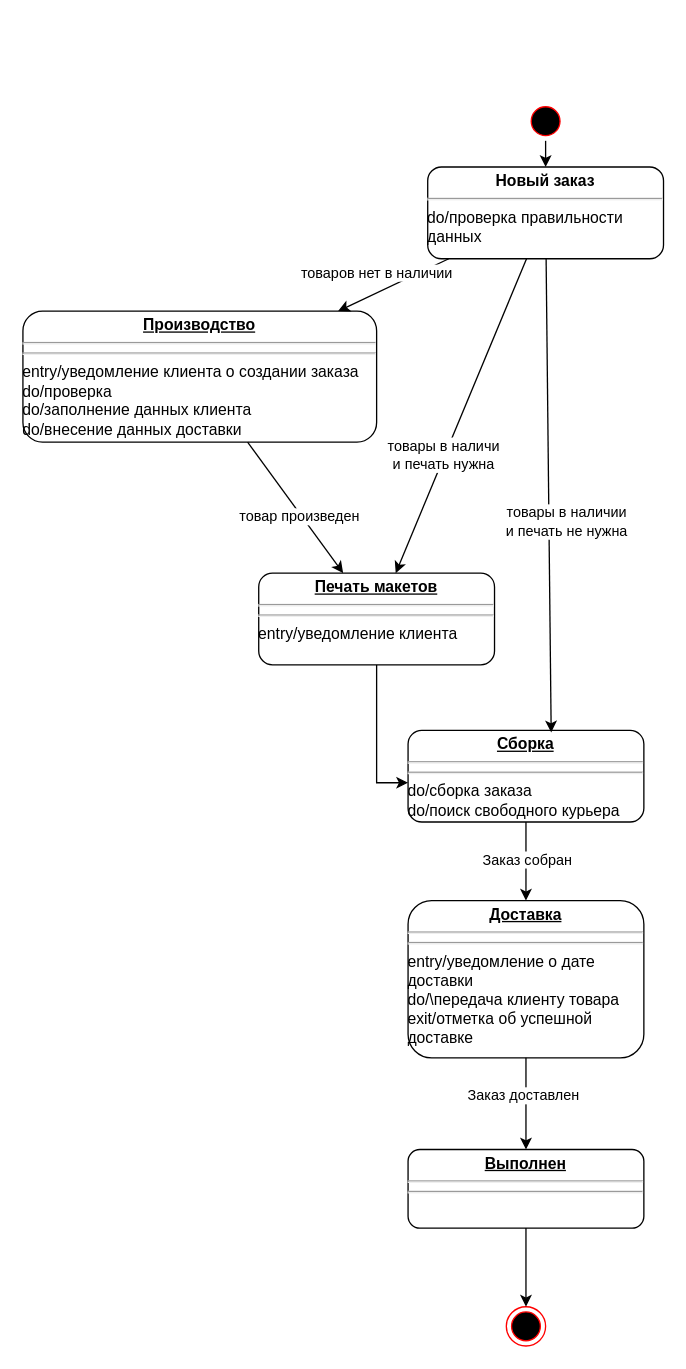
Above: 100 - project-state-diagram.drawio in omelchenkopete/SA (draw.io), before the change. Source tidied: cells renumbered, new cells numbered last; positions are measured from the earlier drawing's top-left corner, leaving out a move shared by most shapes. Both pictures are drawn from the tidied source at 131%, with x=0, y=0 at pixel (22, 101).
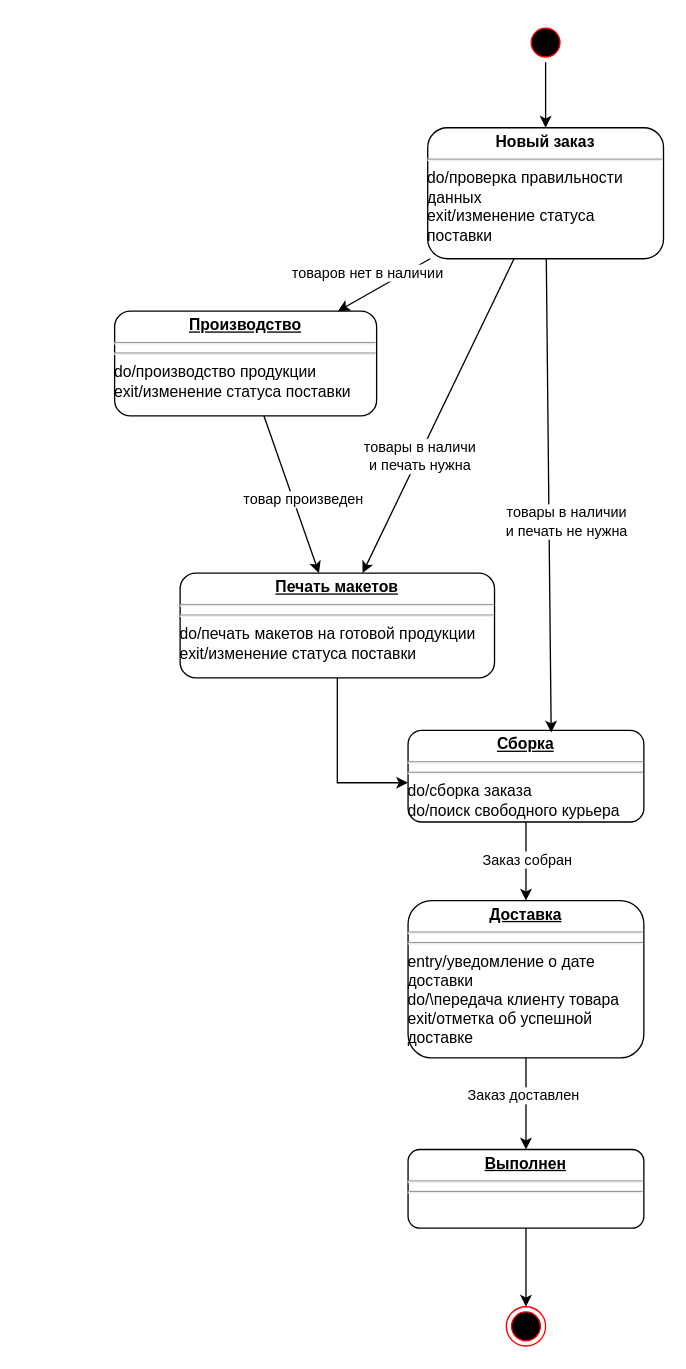
Above is the later version.

The edit, as a diff of the source:
```diff
@@
-    <mxCell id="2" value="&lt;p style=&quot;margin:0px;margin-top:4px;text-align:center;text-decoration:underline;&quot;&gt;&lt;/p&gt;&lt;b&gt;&lt;div style=&quot;text-align: center;&quot;&gt;Новый заказ&lt;/div&gt;&lt;/b&gt;&lt;hr&gt;&lt;div style=&quot;&quot;&gt;&lt;span style=&quot;background-color: initial;&quot;&gt;do/проверка правильности данных&lt;/span&gt;&lt;/div&gt;" style="verticalAlign=top;align=left;overflow=fill;html=1;whiteSpace=wrap;rounded=1;strokeWidth=1;" parent="1" vertex="1">
-      <mxGeometry x="309" y="50" width="180" height="70" as="geometry" />
+    <mxCell id="2" value="&lt;p style=&quot;margin:0px;margin-top:4px;text-align:center;text-decoration:underline;&quot;&gt;&lt;/p&gt;&lt;b&gt;&lt;div style=&quot;text-align: center;&quot;&gt;Новый заказ&lt;/div&gt;&lt;/b&gt;&lt;hr&gt;&lt;div style=&quot;&quot;&gt;&lt;span style=&quot;background-color: initial;&quot;&gt;do/проверка правильности данных&lt;/span&gt;&lt;/div&gt;&lt;div style=&quot;&quot;&gt;exit/изменение статуса поставки&lt;span style=&quot;background-color: initial;&quot;&gt;&lt;br&gt;&lt;/span&gt;&lt;/div&gt;" style="verticalAlign=top;align=left;overflow=fill;html=1;whiteSpace=wrap;rounded=1;strokeWidth=1;" parent="1" vertex="1">
+      <mxGeometry x="309" y="20" width="180" height="100" as="geometry" />
     </mxCell>
     <mxCell id="3" style="ellipse;html=1;shape=startState;fillColor=#000000;strokeColor=#ff0000;" parent="1" vertex="1">
-      <mxGeometry x="384" width="30" height="30" as="geometry" />
+      <mxGeometry x="384" y="-60" width="30" height="30" as="geometry" />
     </mxCell>
@@
-    <mxCell id="8" value="&lt;p style=&quot;margin:0px;margin-top:4px;text-align:center;text-decoration:underline;&quot;&gt;&lt;b&gt;Производство&lt;/b&gt;&lt;/p&gt;&lt;hr&gt;&lt;hr&gt;&lt;div style=&quot;&quot;&gt;entry/уведомление клиента о создании заказа&lt;/div&gt;&lt;div style=&quot;&quot;&gt;&lt;span style=&quot;background-color: initial;&quot;&gt;do/проверка&amp;nbsp;&lt;/span&gt;&lt;/div&gt;&lt;div style=&quot;&quot;&gt;&lt;span style=&quot;background-color: initial;&quot;&gt;do/заполнение данных клиента&lt;/span&gt;&lt;/div&gt;&lt;div style=&quot;&quot;&gt;&lt;span style=&quot;background-color: initial;&quot;&gt;do/внесение данных доставки&lt;/span&gt;&lt;/div&gt;" style="verticalAlign=top;align=left;overflow=fill;html=1;whiteSpace=wrap;rounded=1;strokeWidth=1;" parent="1" vertex="1">
-      <mxGeometry y="160" width="270" height="100" as="geometry" />
+    <mxCell id="8" value="&lt;p style=&quot;margin:0px;margin-top:4px;text-align:center;text-decoration:underline;&quot;&gt;&lt;b&gt;Производство&lt;/b&gt;&lt;/p&gt;&lt;hr&gt;&lt;hr&gt;&lt;div style=&quot;&quot;&gt;&lt;span style=&quot;background-color: initial;&quot;&gt;do/производство продукции&lt;/span&gt;&lt;/div&gt;&lt;div style=&quot;&quot;&gt;exit/изменение статуса поставки&lt;span style=&quot;background-color: initial;&quot;&gt;&lt;br&gt;&lt;/span&gt;&lt;/div&gt;" style="verticalAlign=top;align=left;overflow=fill;html=1;whiteSpace=wrap;rounded=1;strokeWidth=1;" parent="1" vertex="1">
+      <mxGeometry x="70" y="160" width="200" height="80" as="geometry" />
     </mxCell>
@@
-    <mxCell id="12" value="&lt;p style=&quot;margin:0px;margin-top:4px;text-align:center;text-decoration:underline;&quot;&gt;&lt;b&gt;Печать макетов&lt;/b&gt;&lt;/p&gt;&lt;hr&gt;&lt;hr&gt;&lt;div style=&quot;&quot;&gt;&lt;span style=&quot;background-color: initial;&quot;&gt;entry/уведомление клиента&lt;/span&gt;&lt;/div&gt;" style="verticalAlign=top;align=left;overflow=fill;html=1;whiteSpace=wrap;rounded=1;strokeWidth=1;" parent="1" vertex="1">
-      <mxGeometry x="180" y="360" width="180" height="70" as="geometry" />
+    <mxCell id="12" value="&lt;p style=&quot;margin:0px;margin-top:4px;text-align:center;text-decoration:underline;&quot;&gt;&lt;b&gt;Печать макетов&lt;/b&gt;&lt;/p&gt;&lt;hr&gt;&lt;hr&gt;&lt;div style=&quot;&quot;&gt;&lt;div&gt;&lt;span style=&quot;background-color: initial;&quot;&gt;do/печать макетов на готовой продукции&lt;/span&gt;&lt;/div&gt;&lt;div&gt;exit/изменение статуса поставки&lt;/div&gt;&lt;/div&gt;" style="verticalAlign=top;align=left;overflow=fill;html=1;whiteSpace=wrap;rounded=1;strokeWidth=1;" parent="1" vertex="1">
+      <mxGeometry x="120" y="360" width="240" height="80" as="geometry" />
     </mxCell>
```
